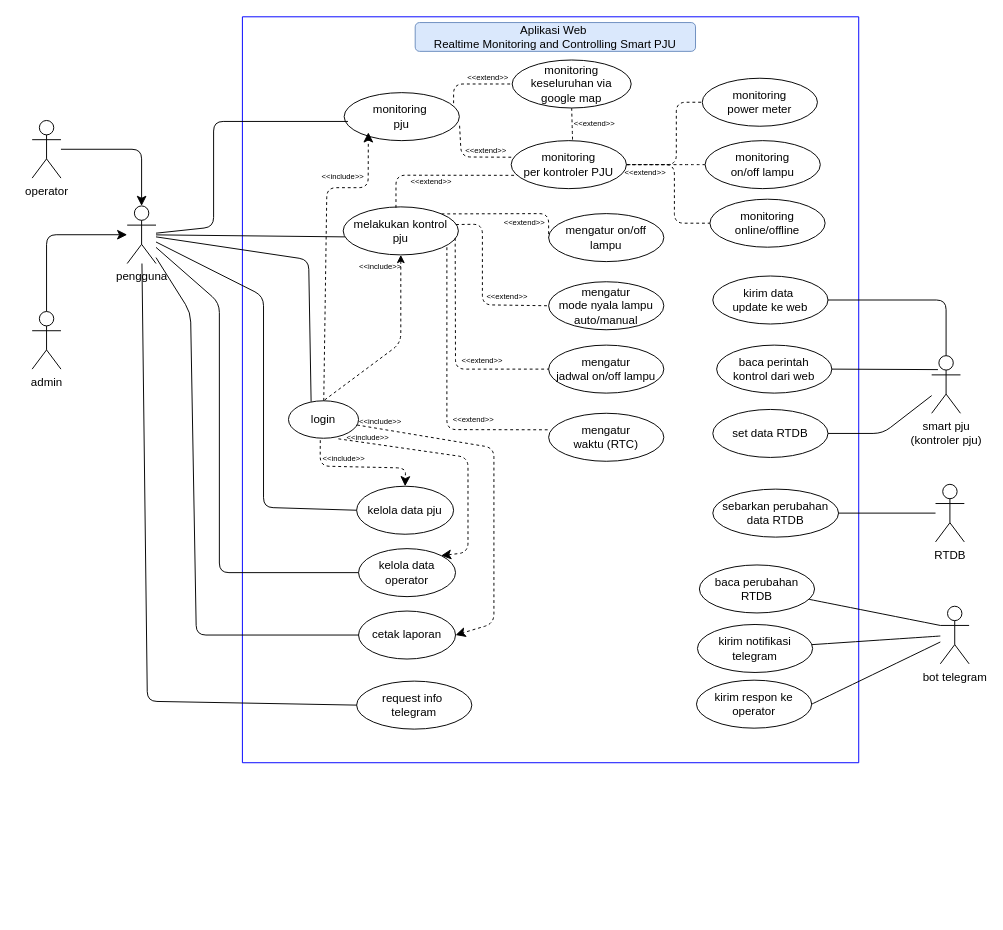
Before: page "use case diagram" (1 of 2) of smart-pju.drawio in eenattayani/desain, a draw.io diagram. Source tidied: cells renumbered, new cells numbered last; positions are measured from the earlier drawing's top-left corner, leaving out a move shared by most shapes. Both pictures are drawn from the tidied source at 96%, with x=0, y=0 at pixel (32, 16).
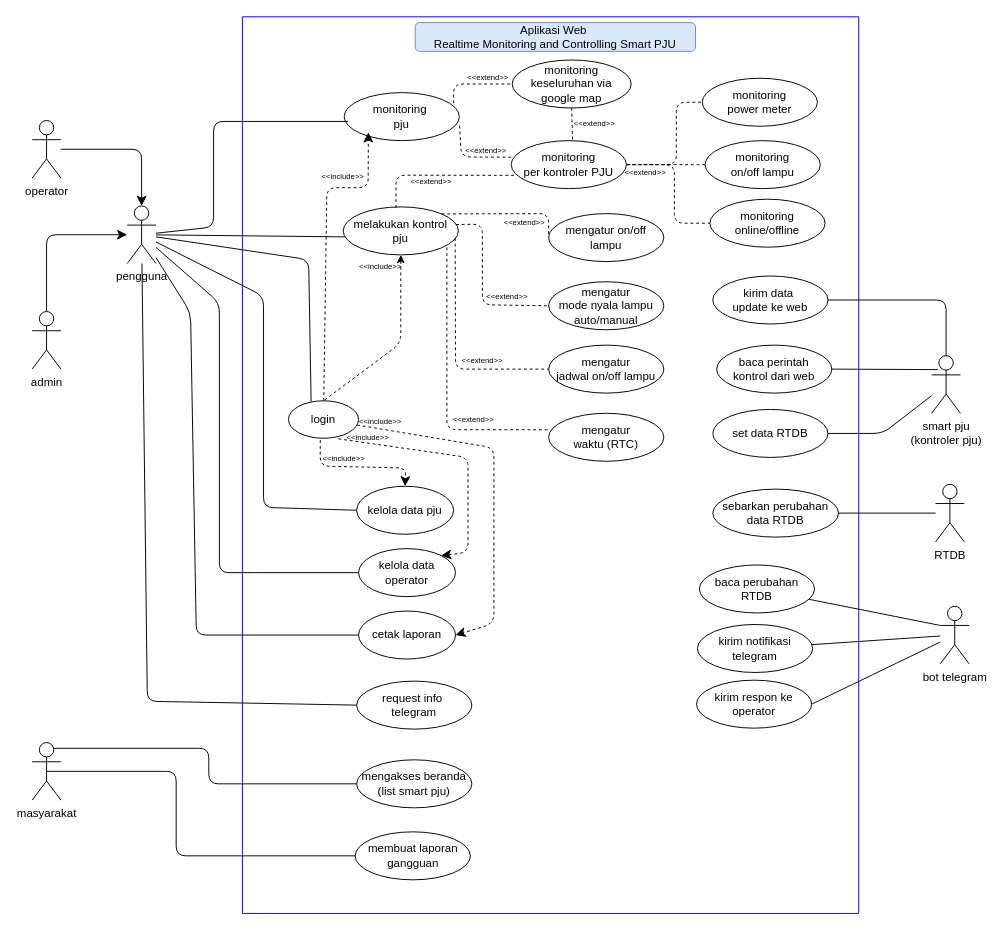
After the change.

Change to the diagram source:
```diff
@@
     <mxCell id="2" style="swimlane;startSize=0;fillColor=#fff2cc;strokeColor=#0000FF;" parent="1" vertex="1">
-      <mxGeometry x="219" width="642" height="777" as="geometry" />
+      <mxGeometry x="219" width="642" height="934" as="geometry" />
     </mxCell>
@@
+    <mxCell id="79" value="mengakses beranda&lt;div&gt;(list smart pju)&lt;/div&gt;" style="ellipse;whiteSpace=wrap;html=1;" parent="2" vertex="1">
+      <mxGeometry x="119" y="774" width="120" height="50" as="geometry" />
+    </mxCell>
+    <mxCell id="80" value="membuat laporan gangguan" style="ellipse;whiteSpace=wrap;html=1;" parent="2" vertex="1">
+      <mxGeometry x="117.5" y="849" width="120" height="50" as="geometry" />
+    </mxCell>
@@
+    <mxCell id="81" style="edgeStyle=orthogonalEdgeStyle;rounded=1;jettySize=auto;html=1;exitX=0.75;exitY=0.1;exitDx=0;exitDy=0;exitPerimeter=0;entryX=0;entryY=0.5;entryDx=0;entryDy=0;curved=0;endArrow=none;endFill=0;" parent="1" edge="1" source="83" target="79">
+      <mxGeometry relative="1" as="geometry" />
+    </mxCell>
+    <mxCell id="82" style="edgeStyle=orthogonalEdgeStyle;rounded=1;jettySize=auto;html=1;exitX=0.5;exitY=0.5;exitDx=0;exitDy=0;exitPerimeter=0;entryX=0;entryY=0.5;entryDx=0;entryDy=0;curved=0;endArrow=none;endFill=0;" parent="1" edge="1" source="83" target="80">
+      <mxGeometry relative="1" as="geometry">
+        <Array as="points">
+          <mxPoint x="150" y="786" />
+          <mxPoint x="150" y="874" />
+        </Array>
+      </mxGeometry>
+    </mxCell>
+    <mxCell id="83" value="masyarakat" style="shape=umlActor;verticalLabelPosition=bottom;verticalAlign=top;html=1;outlineConnect=0;" parent="1" vertex="1">
+      <mxGeometry y="756" width="30" height="60" as="geometry" />
+    </mxCell>
```
